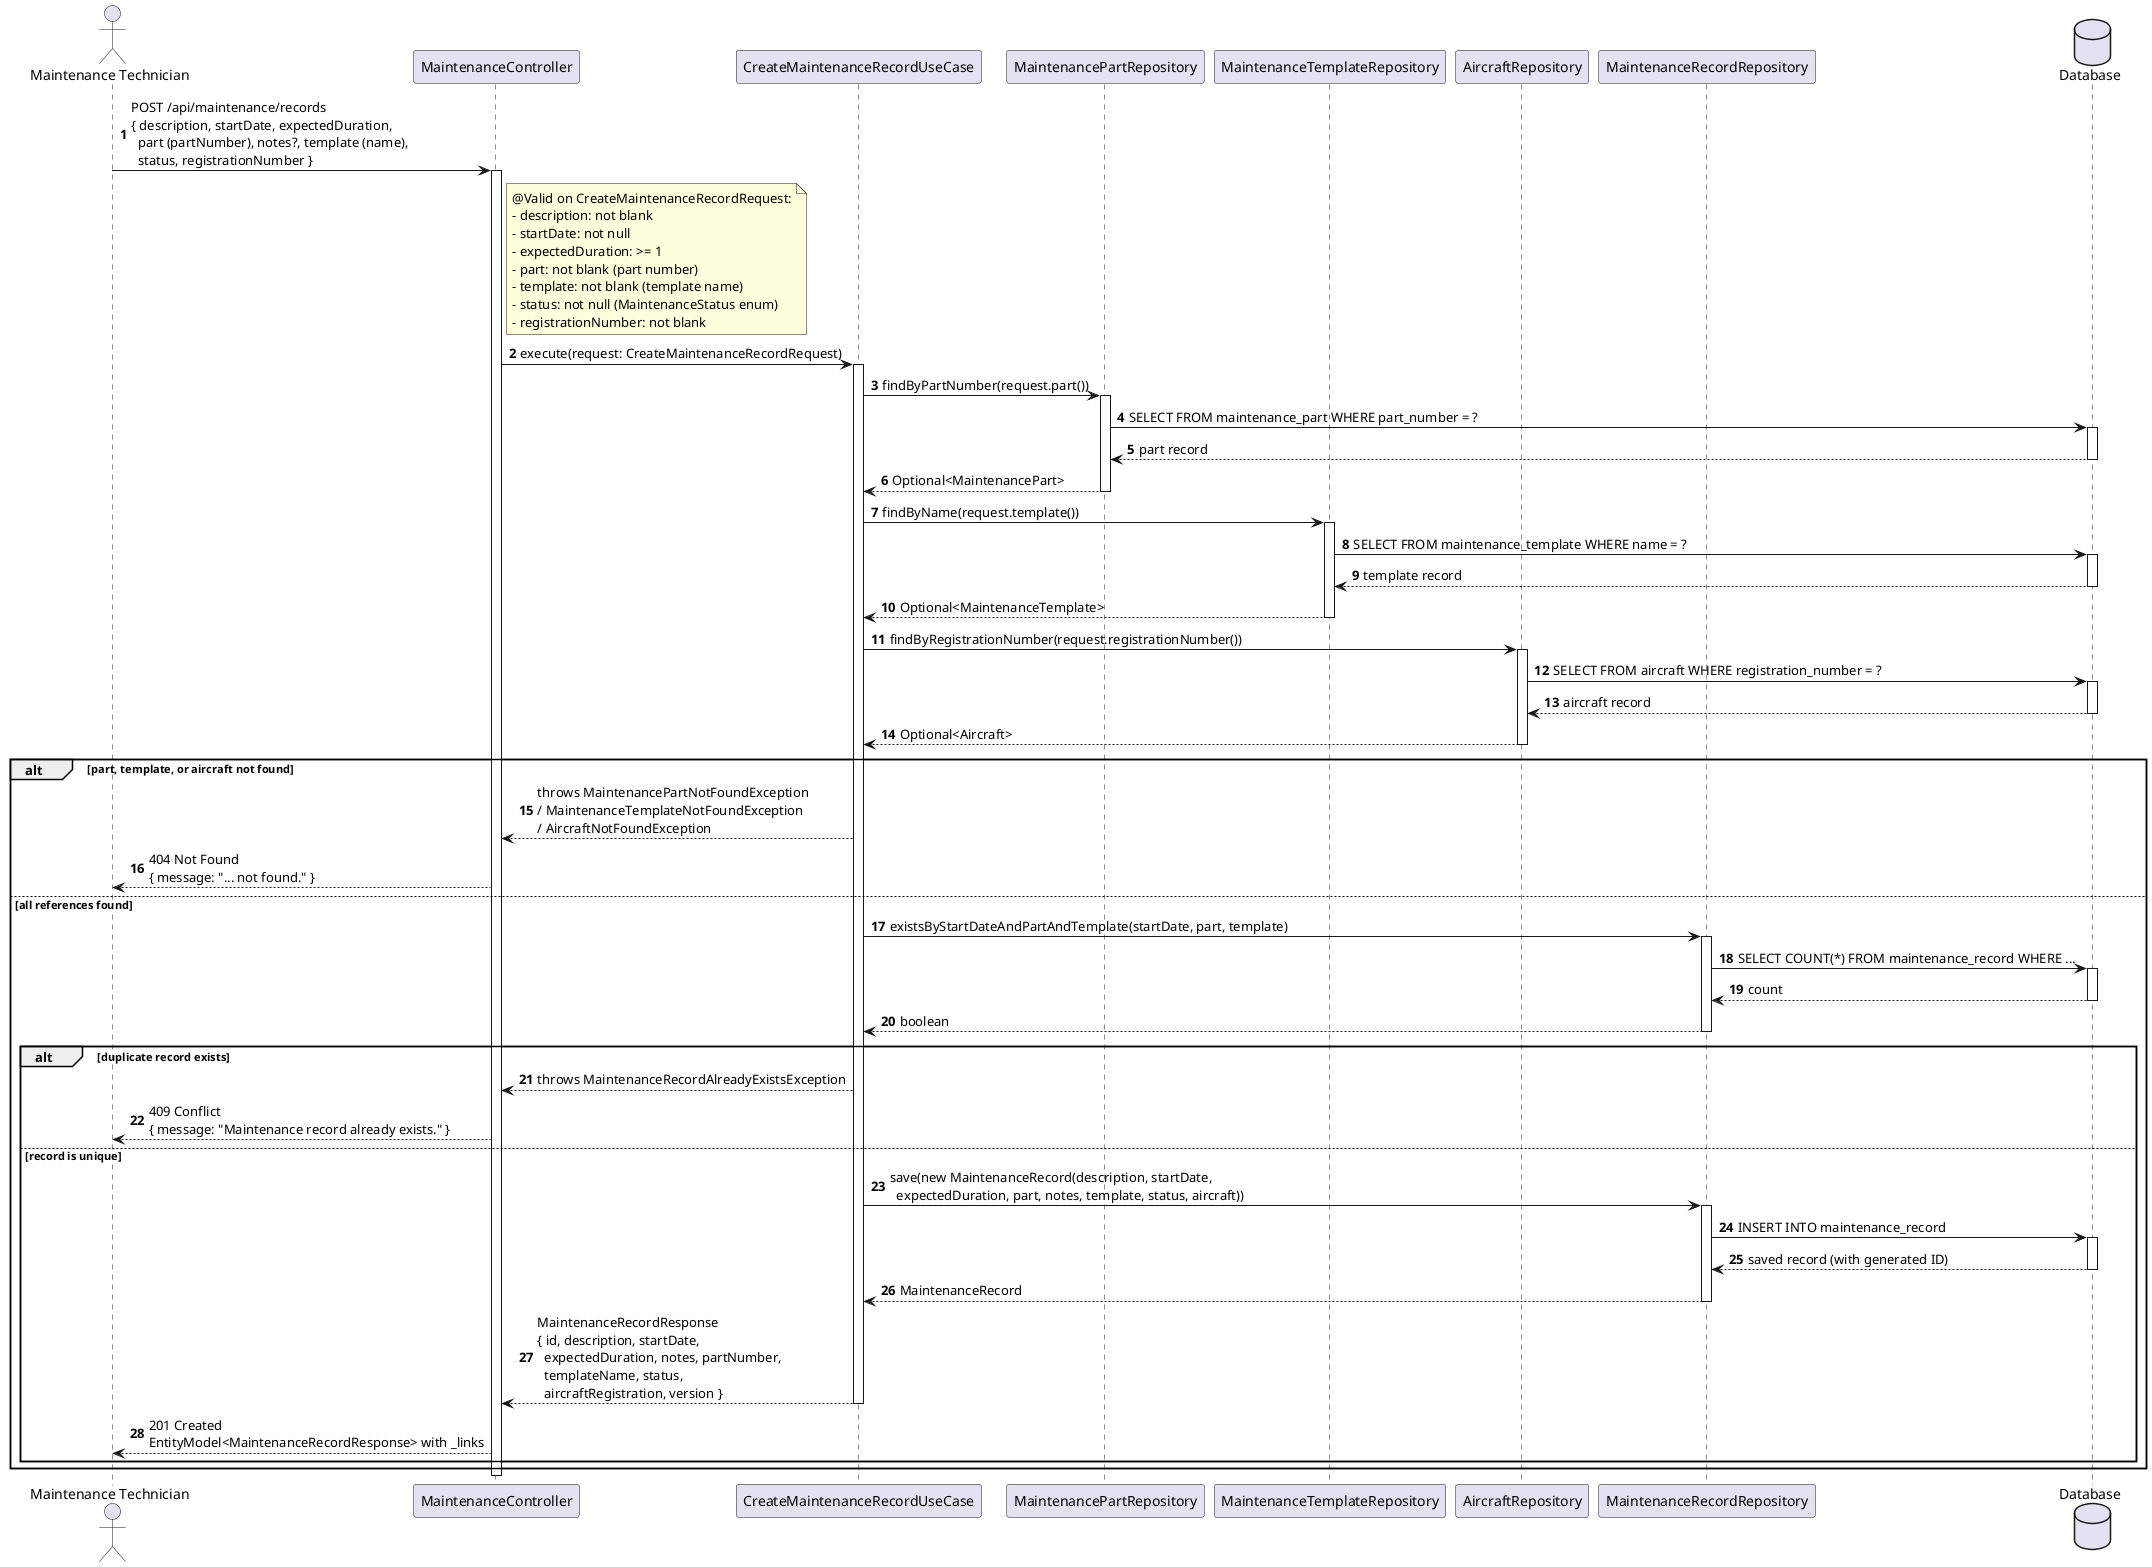
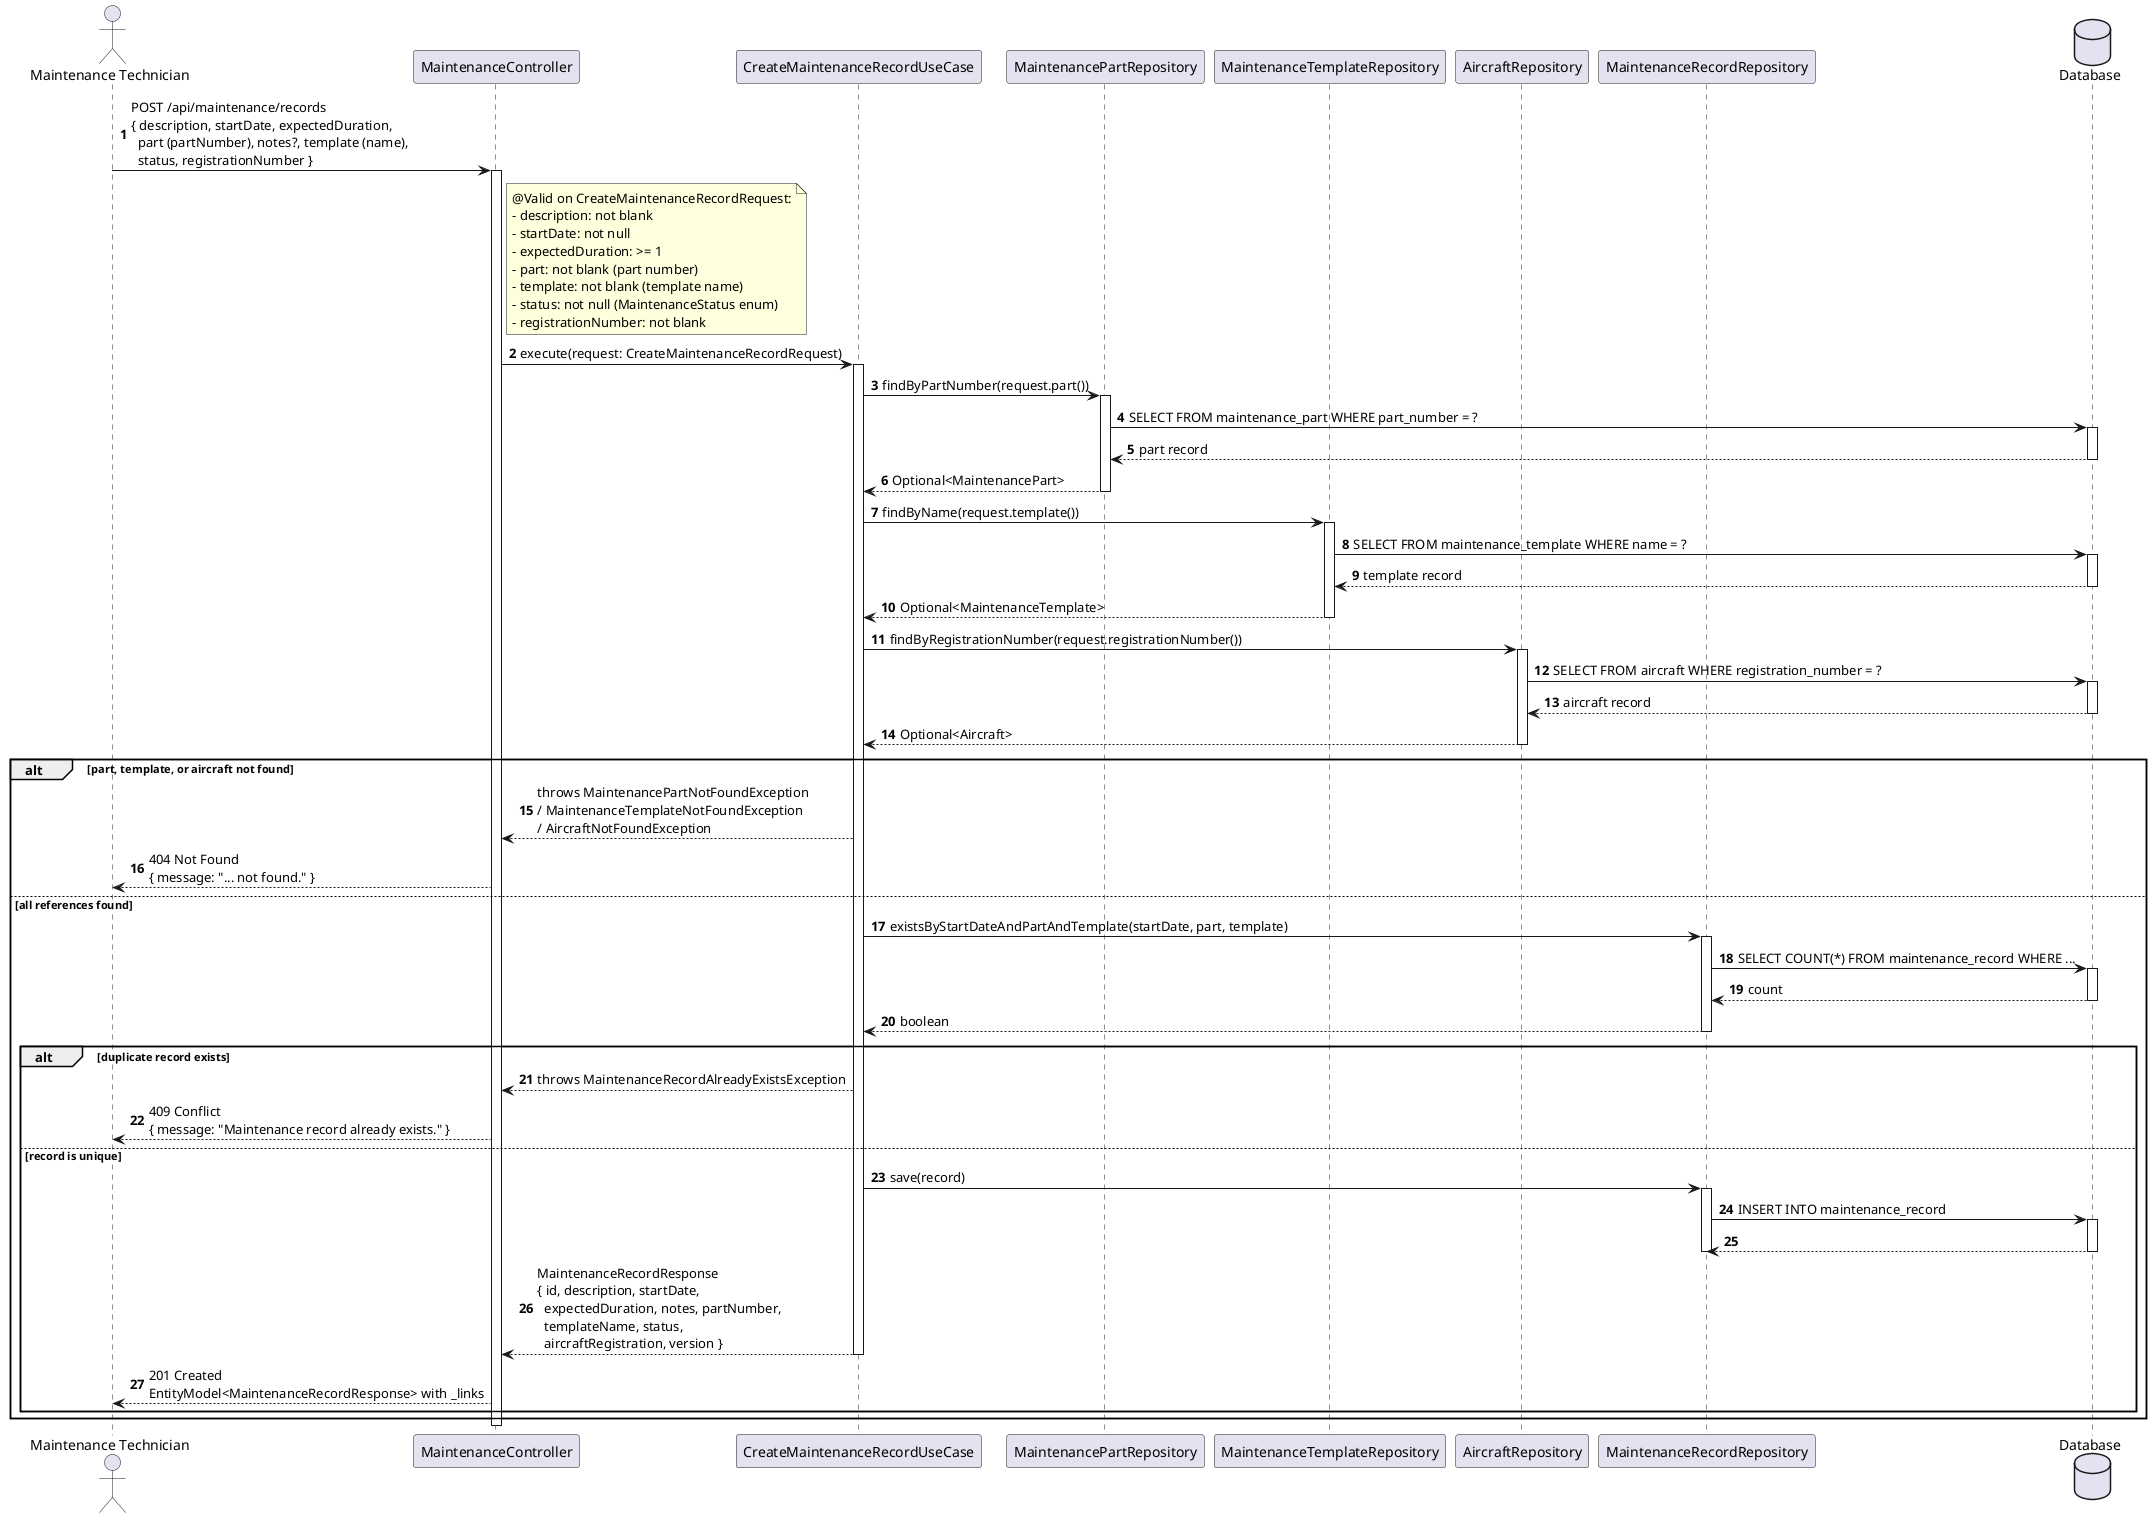
@startuml
autonumber
actor "Maintenance Technician" as MT
participant "MaintenanceController" as Ctrl
participant "CreateMaintenanceRecordUseCase" as UC
participant "MaintenancePartRepository" as PartRepo
participant "MaintenanceTemplateRepository" as TemplateRepo
participant "AircraftRepository" as AircraftRepo
participant "MaintenanceRecordRepository" as Repo
database "Database" as DB

MT -> Ctrl : POST /api/maintenance/records\n{ description, startDate, expectedDuration,\n  part (partNumber), notes?, template (name),\n  status, registrationNumber }
activate Ctrl

note right of Ctrl
  @Valid on CreateMaintenanceRecordRequest:
  - description: not blank
  - startDate: not null
  - expectedDuration: >= 1
  - part: not blank (part number)
  - template: not blank (template name)
  - status: not null (MaintenanceStatus enum)
  - registrationNumber: not blank
end note

Ctrl -> UC : execute(request: CreateMaintenanceRecordRequest)
activate UC

UC -> PartRepo : findByPartNumber(request.part())
activate PartRepo
PartRepo -> DB : SELECT FROM maintenance_part WHERE part_number = ?
activate DB
DB --> PartRepo : part record
deactivate DB
PartRepo --> UC : Optional<MaintenancePart>
deactivate PartRepo

UC -> TemplateRepo : findByName(request.template())
activate TemplateRepo
TemplateRepo -> DB : SELECT FROM maintenance_template WHERE name = ?
activate DB
DB --> TemplateRepo : template record
deactivate DB
TemplateRepo --> UC : Optional<MaintenanceTemplate>
deactivate TemplateRepo

UC -> AircraftRepo : findByRegistrationNumber(request.registrationNumber())
activate AircraftRepo
AircraftRepo -> DB : SELECT FROM aircraft WHERE registration_number = ?
activate DB
DB --> AircraftRepo : aircraft record
deactivate DB
AircraftRepo --> UC : Optional<Aircraft>
deactivate AircraftRepo

alt part, template, or aircraft not found
  UC --> Ctrl : throws MaintenancePartNotFoundException\n/ MaintenanceTemplateNotFoundException\n/ AircraftNotFoundException
  Ctrl --> MT : 404 Not Found\n{ message: "... not found." }
else all references found
  UC -> Repo : existsByStartDateAndPartAndTemplate(startDate, part, template)
  activate Repo
  Repo -> DB : SELECT COUNT(*) FROM maintenance_record WHERE ...
  activate DB
  DB --> Repo : count
  deactivate DB
  Repo --> UC : boolean
  deactivate Repo

  alt duplicate record exists
    UC --> Ctrl : throws MaintenanceRecordAlreadyExistsException
    Ctrl --> MT : 409 Conflict\n{ message: "Maintenance record already exists." }
  else record is unique
-     UC -> Repo : save(new MaintenanceRecord(description, startDate,\n  expectedDuration, part, notes, template, status, aircraft))
+     UC -> Repo : save(record)
    activate Repo
    Repo -> DB : INSERT INTO maintenance_record
    activate DB
-     DB --> Repo : saved record (with generated ID)
+     DB --> Repo
    deactivate DB
-     Repo --> UC : MaintenanceRecord
    deactivate Repo

    UC --> Ctrl : MaintenanceRecordResponse\n{ id, description, startDate,\n  expectedDuration, notes, partNumber,\n  templateName, status,\n  aircraftRegistration, version }
    deactivate UC
    Ctrl --> MT : 201 Created\nEntityModel<MaintenanceRecordResponse> with _links
  end
end

deactivate Ctrl
@enduml
